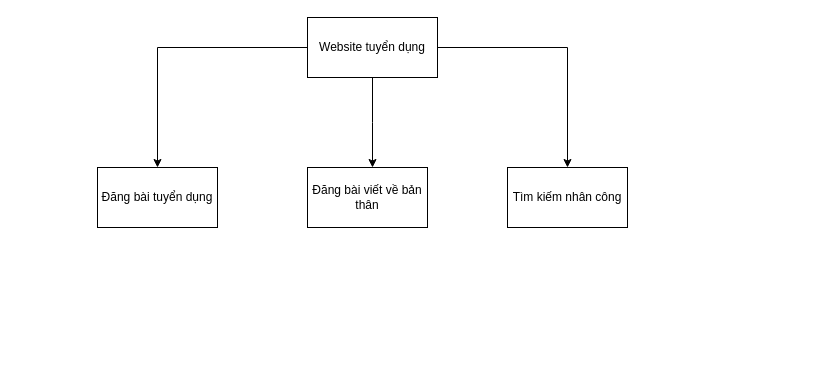
Before: PHANRACHUCNANG.drawio in LeeTaDa/LeTatDat, a draw.io diagram. Source tidied: cells renumbered, new cells numbered last; positions are measured from the earlier drawing's top-left corner, leaving out a move shared by most shapes. Both pictures are drawn from the tidied source at 100%, with x=0, y=0 at pixel (97, 17).
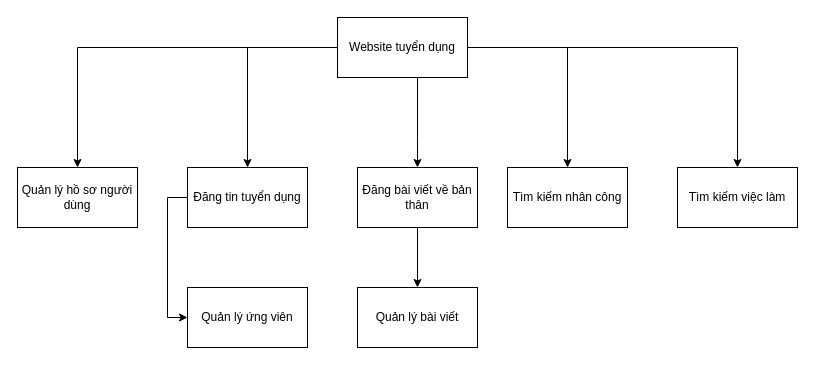
The same page after the edit.

Change to the diagram source:
```diff
@@
 <mxGraphModel>
   <root>
     <mxCell id="0" />
     <mxCell id="1" parent="0" />
     <mxCell id="2" style="edgeStyle=orthogonalEdgeStyle;rounded=0;jettySize=auto;html=1;entryX=0.5;entryY=0;entryDx=0;entryDy=0;" parent="1" edge="1" source="4" target="5">
       <mxGeometry relative="1" as="geometry" />
     </mxCell>
     <mxCell id="3" style="edgeStyle=orthogonalEdgeStyle;rounded=0;jettySize=auto;html=1;entryX=0.5;entryY=0;entryDx=0;entryDy=0;" parent="1" edge="1" source="4" target="6">
       <mxGeometry relative="1" as="geometry" />
     </mxCell>
+    <mxCell id="9" style="edgeStyle=orthogonalEdgeStyle;rounded=0;jettySize=auto;html=1;entryX=0.5;entryY=0;entryDx=0;entryDy=0;" parent="1" edge="1" source="4" target="13">
+      <mxGeometry relative="1" as="geometry" />
+    </mxCell>
+    <mxCell id="10" style="edgeStyle=orthogonalEdgeStyle;rounded=0;jettySize=auto;html=1;entryX=0.5;entryY=0;entryDx=0;entryDy=0;" parent="1" edge="1" source="4" target="16">
+      <mxGeometry relative="1" as="geometry" />
+    </mxCell>
     <mxCell id="4" value="Website tuyển dụng" style="rounded=0;whiteSpace=wrap;html=1;" parent="1" vertex="1">
-      <mxGeometry x="210" width="130" height="60" as="geometry" />
+      <mxGeometry x="240" width="130" height="60" as="geometry" />
     </mxCell>
+    <mxCell id="11" style="edgeStyle=orthogonalEdgeStyle;rounded=0;jettySize=auto;html=1;entryX=0;entryY=0.5;entryDx=0;entryDy=0;exitX=0;exitY=0.5;exitDx=0;exitDy=0;" parent="1" edge="1" source="5" target="14">
+      <mxGeometry relative="1" as="geometry" />
+    </mxCell>
-    <mxCell id="5" value="Đăng bài tuyển dụng" style="rounded=0;whiteSpace=wrap;html=1;" parent="1" vertex="1">
-      <mxGeometry y="150" width="120" height="60" as="geometry" />
+    <mxCell id="5" value="Đăng tin tuyển dụng" style="rounded=0;whiteSpace=wrap;html=1;" parent="1" vertex="1">
+      <mxGeometry x="90" y="150" width="120" height="60" as="geometry" />
     </mxCell>
     <mxCell id="6" value="Tìm kiếm nhân công" style="rounded=0;whiteSpace=wrap;html=1;" parent="1" vertex="1">
       <mxGeometry x="410" y="150" width="120" height="60" as="geometry" />
     </mxCell>
+    <mxCell id="12" style="edgeStyle=orthogonalEdgeStyle;rounded=0;jettySize=auto;html=1;entryX=0.5;entryY=0;entryDx=0;entryDy=0;" parent="1" edge="1" source="7" target="15">
+      <mxGeometry relative="1" as="geometry" />
+    </mxCell>
     <mxCell id="7" value="Đăng bài viết về bản thân" style="rounded=0;whiteSpace=wrap;html=1;" parent="1" vertex="1">
-      <mxGeometry x="210" y="150" width="120" height="60" as="geometry" />
+      <mxGeometry x="260" y="150" width="120" height="60" as="geometry" />
     </mxCell>
-    <mxCell id="8" style="edgeStyle=orthogonalEdgeStyle;rounded=0;jettySize=auto;html=1;" parent="1" edge="1" source="4">
+    <mxCell id="8" style="edgeStyle=orthogonalEdgeStyle;rounded=0;jettySize=auto;html=1;entryX=0.5;entryY=0;entryDx=0;entryDy=0;" parent="1" edge="1" source="4" target="7">
       <mxGeometry relative="1" as="geometry">
-        <mxPoint x="275" y="150" as="targetPoint" />
+        <Array as="points">
+          <mxPoint x="320" y="120" />
+          <mxPoint x="320" y="120" />
+        </Array>
       </mxGeometry>
     </mxCell>
+    <mxCell id="13" value="Quản lý hồ sơ người dùng" style="rounded=0;whiteSpace=wrap;html=1;" parent="1" vertex="1">
+      <mxGeometry x="-80" y="150" width="120" height="60" as="geometry" />
+    </mxCell>
+    <mxCell id="14" value="Quản lý ứng viên" style="rounded=0;whiteSpace=wrap;html=1;" parent="1" vertex="1">
+      <mxGeometry x="90" y="270" width="120" height="60" as="geometry" />
+    </mxCell>
+    <mxCell id="15" value="Quản lý bài viết" style="rounded=0;whiteSpace=wrap;html=1;" parent="1" vertex="1">
+      <mxGeometry x="260" y="270" width="120" height="60" as="geometry" />
+    </mxCell>
+    <mxCell id="16" value="Tìm kiếm việc làm" style="rounded=0;whiteSpace=wrap;html=1;" parent="1" vertex="1">
+      <mxGeometry x="580" y="150" width="120" height="60" as="geometry" />
+    </mxCell>
   </root>
 </mxGraphModel>
```
